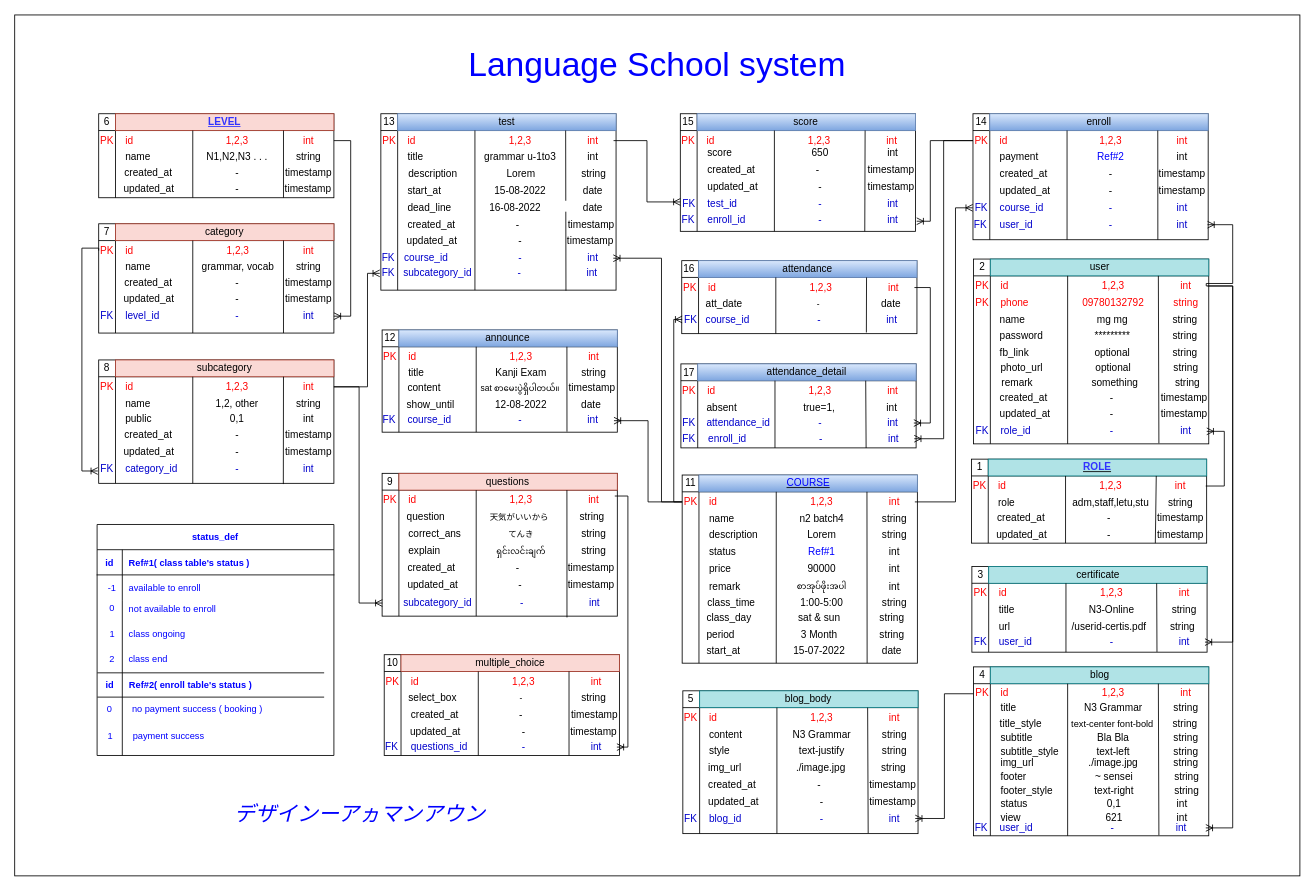
The draw.io diagram language_center.drawio in arkarMannAung/app.diagrams.net, before the edit. Source tidied: cells renumbered, new cells numbered last; positions are measured from the earlier drawing's top-left corner, leaving out a move shared by most shapes. Both pictures are drawn from the tidied source at 84%, with x=0, y=0 at pixel (14, 14).
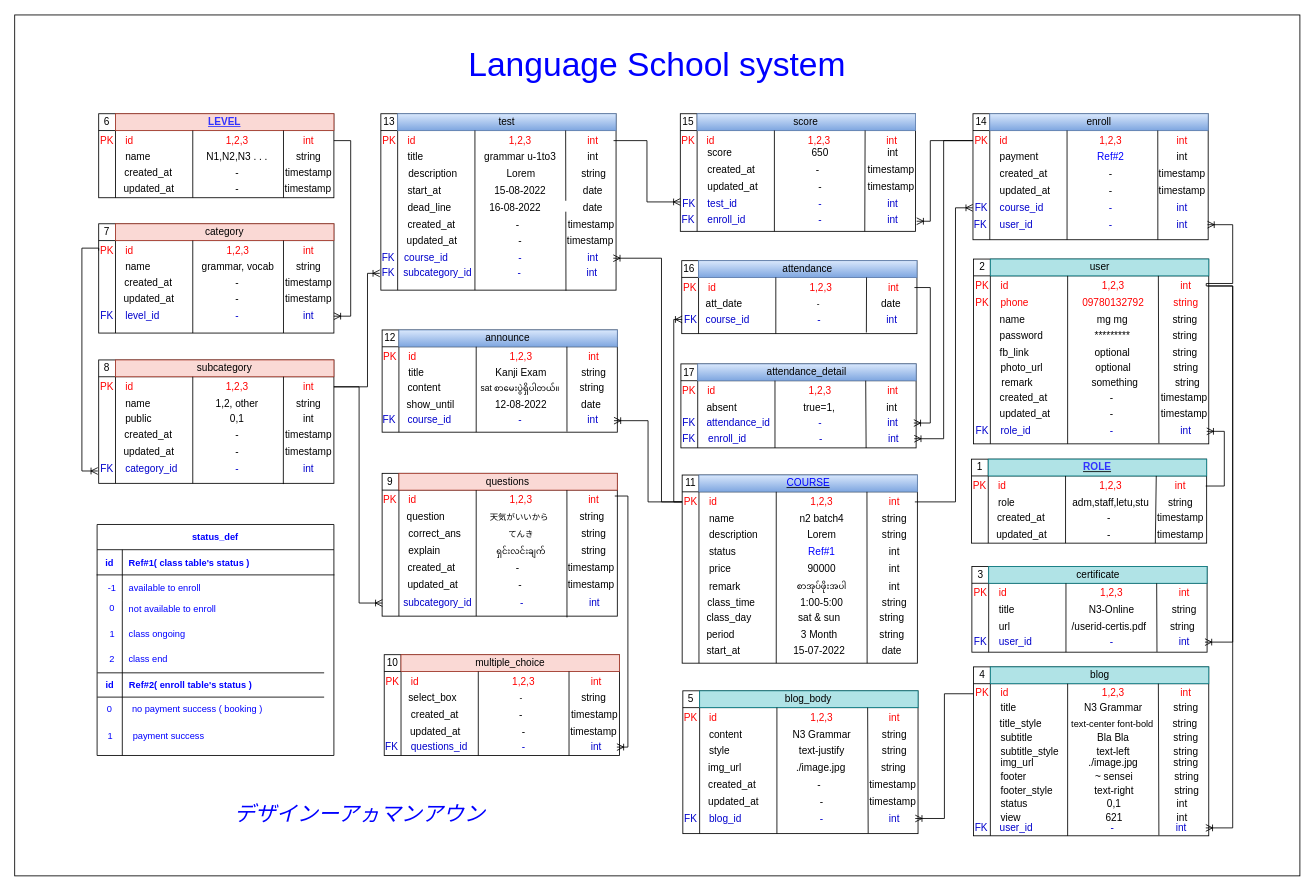
Above is the later version.

What changed in the source:
```diff
@@
-    <mxCell id="143" value="timestamp" style="text;html=1;strokeColor=none;fillColor=none;align=center;verticalAlign=middle;whiteSpace=wrap;rounded=0;fontColor=#000000;" parent="1" vertex="1">
+    <mxCell id="143" value="string" style="text;html=1;strokeColor=none;fillColor=none;align=center;verticalAlign=middle;whiteSpace=wrap;rounded=0;fontColor=#000000;" parent="1" vertex="1">
       <mxGeometry x="662.9" y="435.3" width="49" height="20" as="geometry" />
     </mxCell>
```
